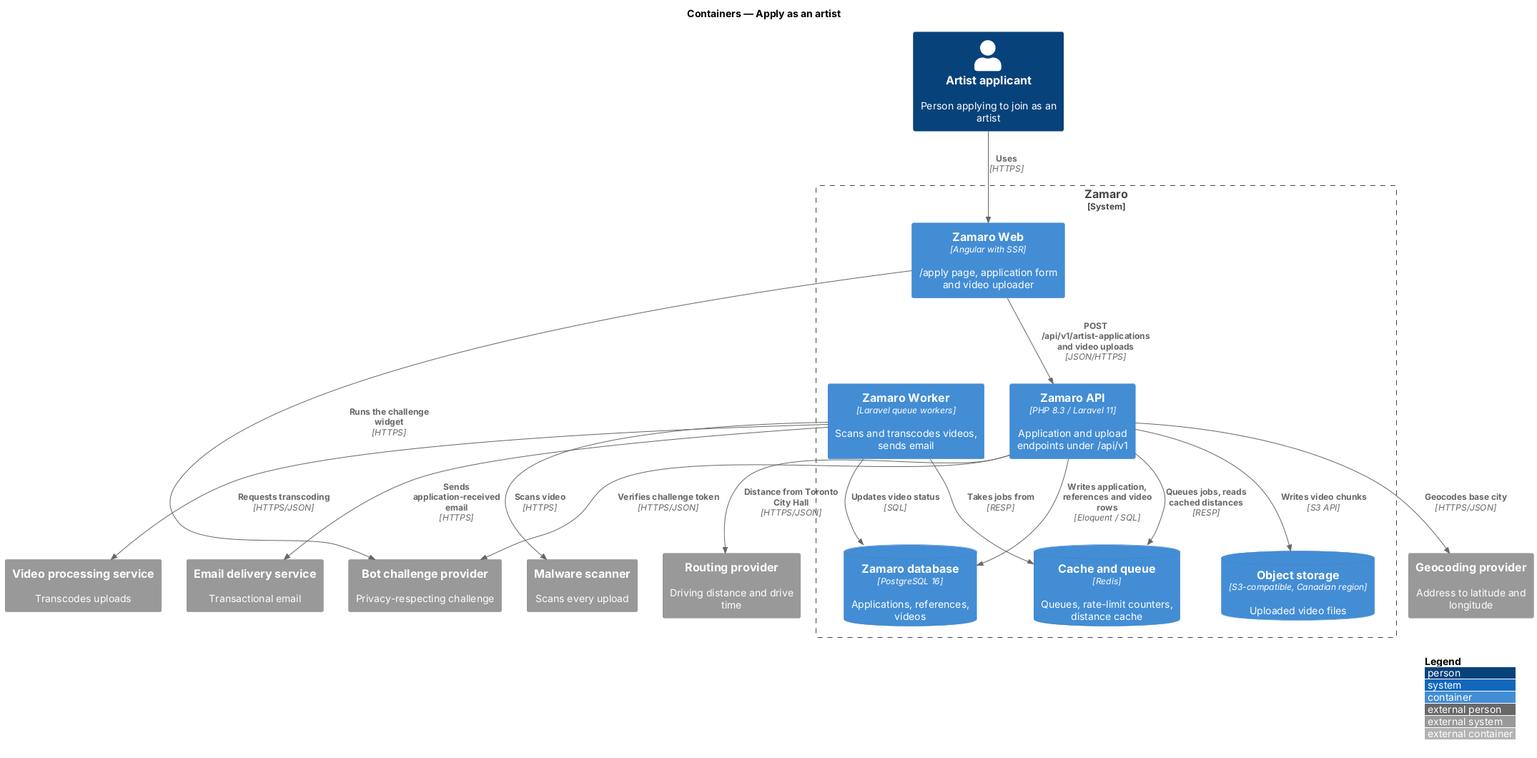
Before: docs/detailed-designs/artist-onboarding/apply-as-artist/diagrams/c4-container.png, a diagram exported from PlantUML (QuinntyneBrown/zamaro). The source it was exported from:
```plantuml
@startuml
!include <C4/C4_Container>
LAYOUT_WITH_LEGEND()
title Containers — Apply as an artist

Person(applicant, "Artist applicant", "Person applying to join as an artist")
System_Ext(bot, "Bot challenge provider", "Privacy-respecting challenge")
System_Ext(geo, "Geocoding provider", "Address to latitude and longitude")
System_Ext(routing, "Routing provider", "Driving distance and drive time")
System_Ext(scanner, "Malware scanner", "Scans every upload")
System_Ext(video, "Video processing service", "Transcodes uploads")
System_Ext(email, "Email delivery service", "Transactional email")
System_Boundary(zamaro, "Zamaro") {
  Container(web, "Zamaro Web", "Angular with SSR", "/apply page, application form and video uploader")
  Container(api, "Zamaro API", "PHP 8.3 / Laravel 11", "Application and upload endpoints under /api/v1")
  Container(worker, "Zamaro Worker", "Laravel queue workers", "Scans and transcodes videos, sends email")
  ContainerDb(db, "Zamaro database", "PostgreSQL 16", "Applications, references, videos")
  ContainerDb(cache, "Cache and queue", "Redis", "Queues, rate-limit counters, distance cache")
  ContainerDb(storage, "Object storage", "S3-compatible, Canadian region", "Uploaded video files")
}
Rel(applicant, web, "Uses", "HTTPS")
Rel(web, api, "POST /api/v1/artist-applications and video uploads", "JSON/HTTPS")
Rel(web, bot, "Runs the challenge widget", "HTTPS")
Rel(api, bot, "Verifies challenge token", "HTTPS/JSON")
Rel(api, geo, "Geocodes base city", "HTTPS/JSON")
Rel(api, routing, "Distance from Toronto City Hall", "HTTPS/JSON")
Rel(api, db, "Writes application, references and video rows", "Eloquent / SQL")
Rel(api, storage, "Writes video chunks", "S3 API")
Rel(api, cache, "Queues jobs, reads cached distances", "RESP")
Rel(worker, cache, "Takes jobs from", "RESP")
Rel(worker, scanner, "Scans video", "HTTPS")
Rel(worker, video, "Requests transcoding", "HTTPS/JSON")
Rel(worker, email, "Sends application-received email", "HTTPS")
Rel(worker, db, "Updates video status", "SQL")
@enduml
```
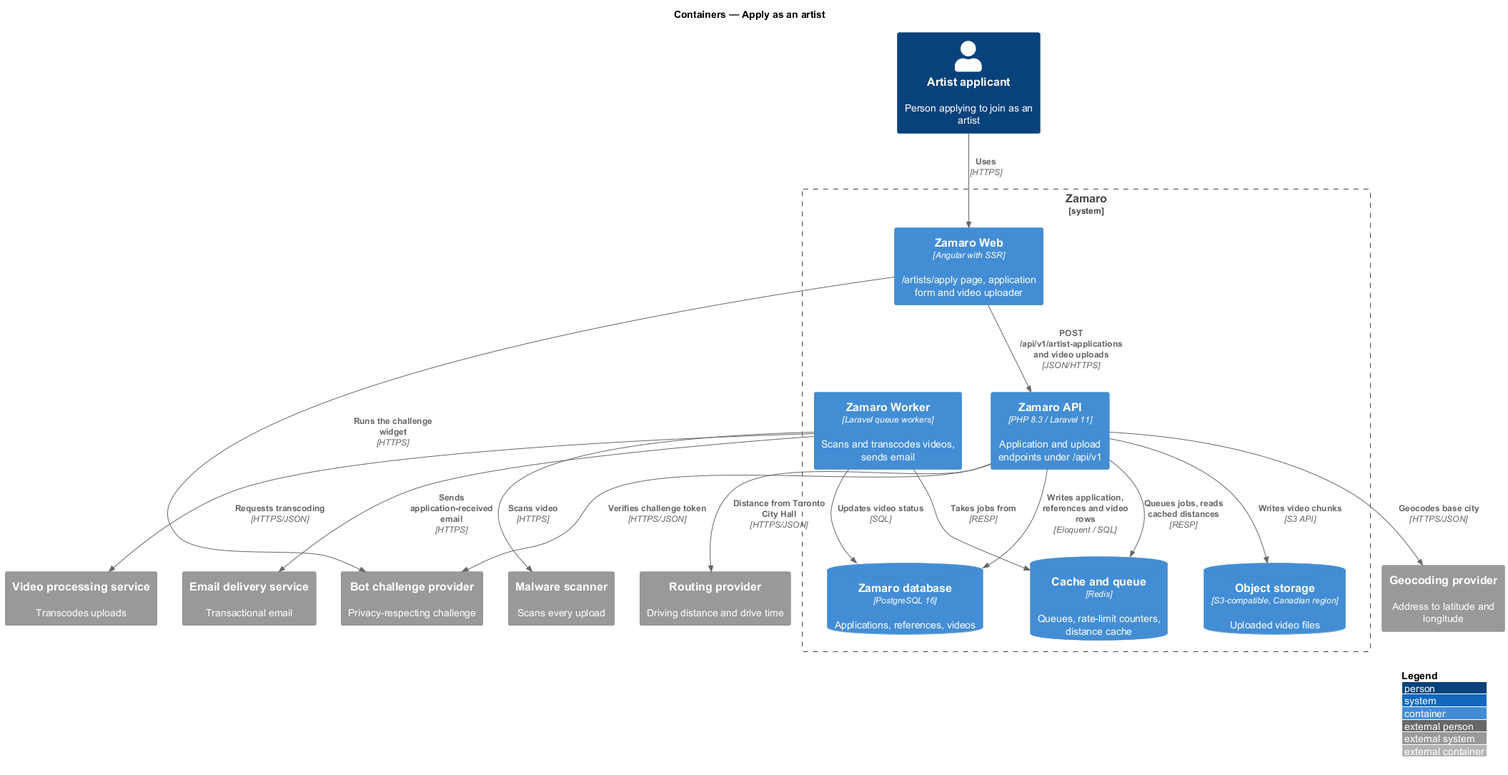
Later version of the same file.

Diff of the diagram source:
```diff
@@ -11,7 +11,7 @@
 System_Ext(video, "Video processing service", "Transcodes uploads")
 System_Ext(email, "Email delivery service", "Transactional email")
 System_Boundary(zamaro, "Zamaro") {
-  Container(web, "Zamaro Web", "Angular with SSR", "/apply page, application form and video uploader")
+  Container(web, "Zamaro Web", "Angular with SSR", "/artists/apply page, application form and video uploader")
   Container(api, "Zamaro API", "PHP 8.3 / Laravel 11", "Application and upload endpoints under /api/v1")
   Container(worker, "Zamaro Worker", "Laravel queue workers", "Scans and transcodes videos, sends email")
   ContainerDb(db, "Zamaro database", "PostgreSQL 16", "Applications, references, videos")
```
